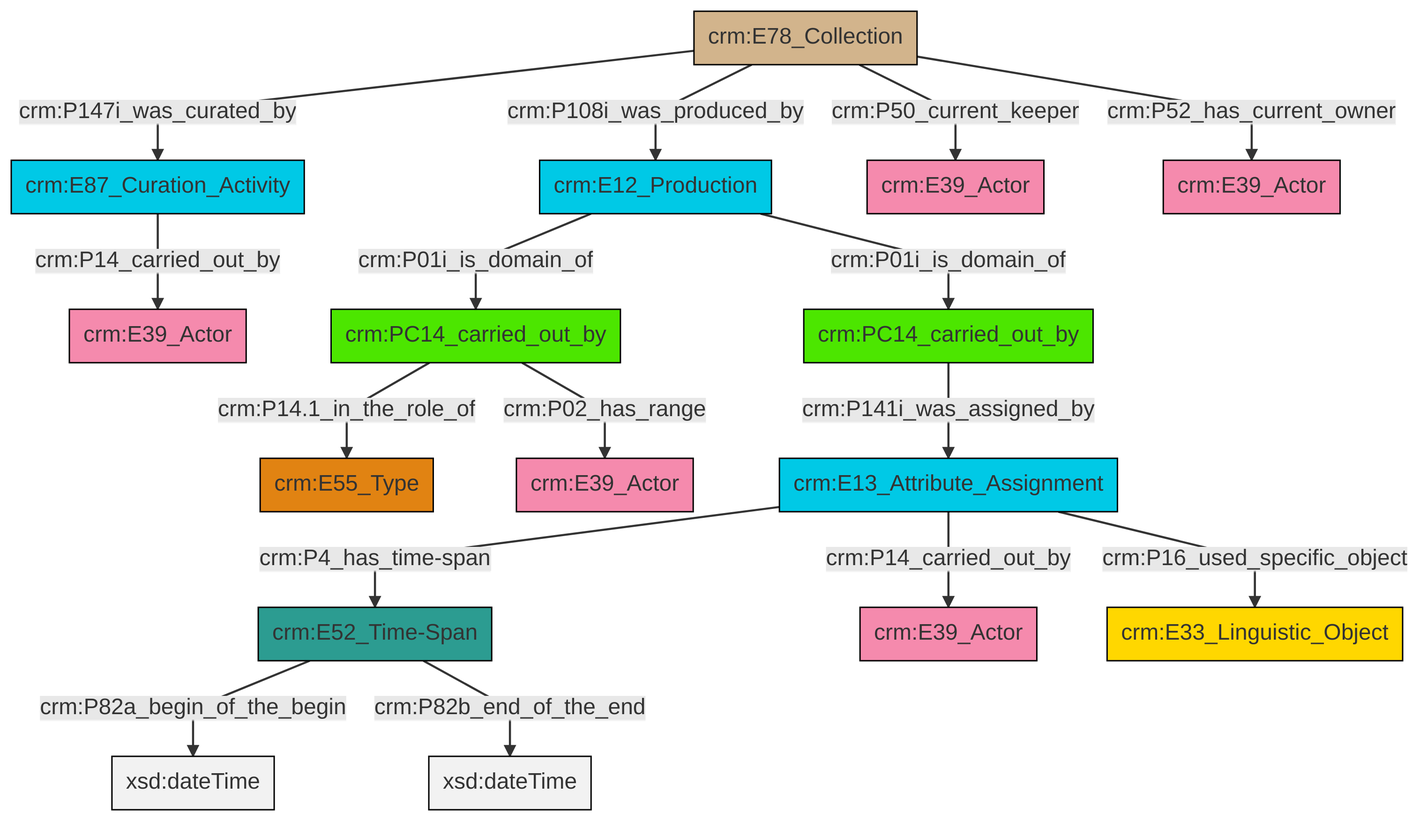
Earlier version of the Mermaid export et/archivalCSV/ttl/mmd/png/archival_relation.png (swiss-art-research-net/docs.swissartresearch). Its source is kept beside it as et/archivalCSV/ttl/mmd/archival_relation.ttl.mmd.
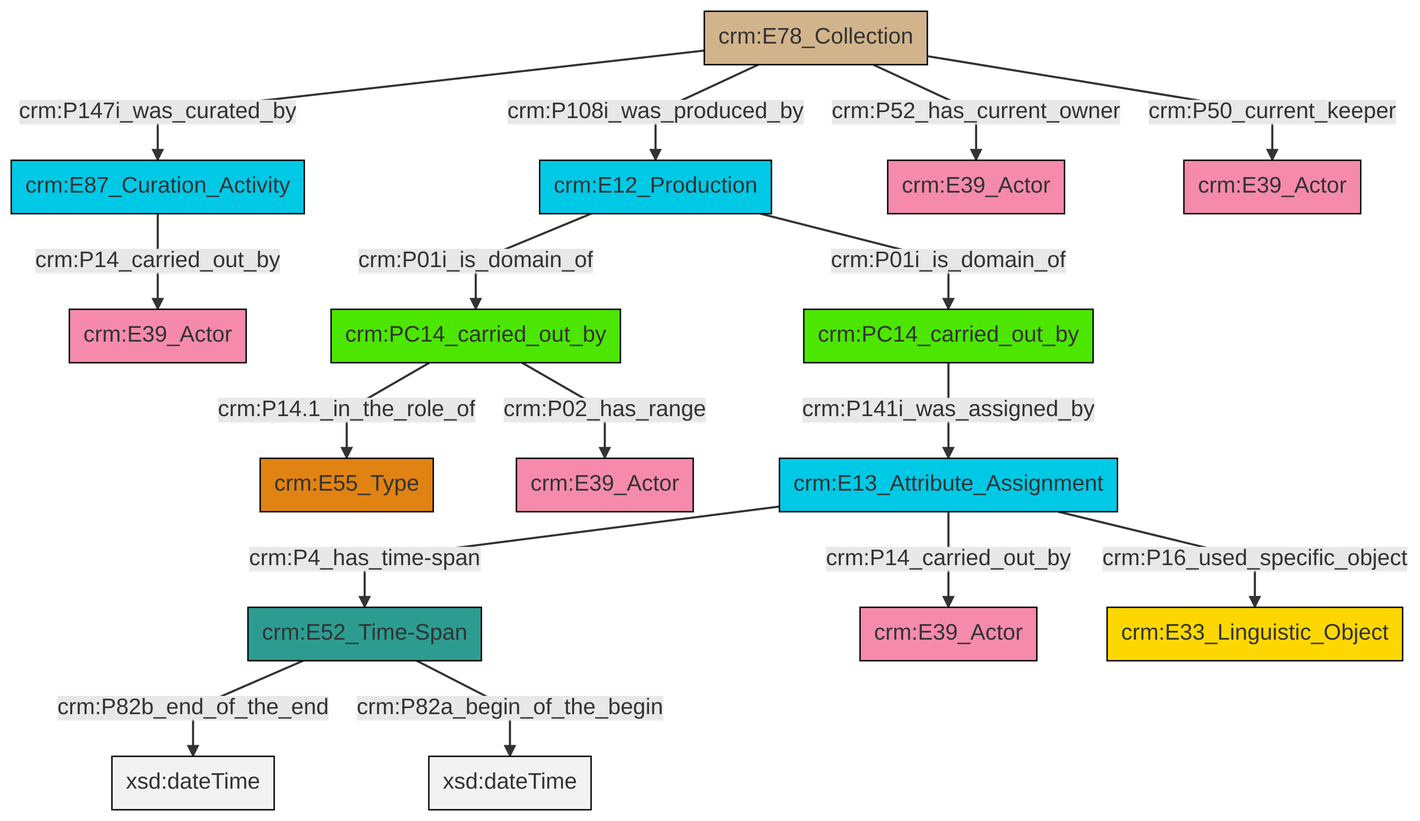
The same diagram one commit later.

The edit, as a diff of the source:
```diff
@@ -13,18 +13,18 @@
 classDef PC_Classes fill:#4ce600, stroke:#000000;
 classDef Multi fill:#cccccc,stroke:#000000;
 
-4["crm:E12_Production"]:::Temporal_Entity -->|crm:P01i_is_domain_of| 5["crm:PC14_carried_out_by"]:::PC_Classes
-0["crm:E78_Collection"]:::Physical_Thing -->|crm:P147i_was_curated_by| 2["crm:E87_Curation_Activity"]:::Temporal_Entity
-2["crm:E87_Curation_Activity"]:::Temporal_Entity -->|crm:P14_carried_out_by| 6["crm:E39_Actor"]:::Actor
-5["crm:PC14_carried_out_by"]:::PC_Classes -->|crm:P14.1_in_the_role_of| 7["crm:E55_Type"]:::Type
-0["crm:E78_Collection"]:::Physical_Thing -->|crm:P108i_was_produced_by| 4["crm:E12_Production"]:::Temporal_Entity
-4["crm:E12_Production"]:::Temporal_Entity -->|crm:P01i_is_domain_of| 11["crm:PC14_carried_out_by"]:::PC_Classes
-12["crm:E13_Attribute_Assignment"]:::Temporal_Entity -->|crm:P4_has_time-span| 13["crm:E52_Time-Span"]:::Time-Span
-5["crm:PC14_carried_out_by"]:::PC_Classes -->|crm:P02_has_range| 17["crm:E39_Actor"]:::Actor
-12["crm:E13_Attribute_Assignment"]:::Temporal_Entity -->|crm:P14_carried_out_by| 21["crm:E39_Actor"]:::Actor
-0["crm:E78_Collection"]:::Physical_Thing -->|crm:P50_current_keeper| 14["crm:E39_Actor"]:::Actor
-0["crm:E78_Collection"]:::Physical_Thing -->|crm:P52_has_current_owner| 19["crm:E39_Actor"]:::Actor
-13["crm:E52_Time-Span"]:::Time-Span -->|crm:P82a_begin_of_the_begin| 23[xsd:dateTime]:::Literal
-13["crm:E52_Time-Span"]:::Time-Span -->|crm:P82b_end_of_the_end| 28[xsd:dateTime]:::Literal
-11["crm:PC14_carried_out_by"]:::PC_Classes -->|crm:P141i_was_assigned_by| 12["crm:E13_Attribute_Assignment"]:::Temporal_Entity
-12["crm:E13_Attribute_Assignment"]:::Temporal_Entity -->|crm:P16_used_specific_object| 9["crm:E33_Linguistic_Object"]:::Conceptual_Object
+2["crm:E52_Time-Span"]:::Time-Span -->|crm:P82b_end_of_the_end| 3[xsd:dateTime]:::Literal
+8["crm:E12_Production"]:::Temporal_Entity -->|crm:P01i_is_domain_of| 9["crm:PC14_carried_out_by"]:::PC_Classes
+0["crm:E78_Collection"]:::Physical_Thing -->|crm:P147i_was_curated_by| 6["crm:E87_Curation_Activity"]:::Temporal_Entity
+2["crm:E52_Time-Span"]:::Time-Span -->|crm:P82a_begin_of_the_begin| 12[xsd:dateTime]:::Literal
+9["crm:PC14_carried_out_by"]:::PC_Classes -->|crm:P14.1_in_the_role_of| 13["crm:E55_Type"]:::Type
+14["crm:E13_Attribute_Assignment"]:::Temporal_Entity -->|crm:P4_has_time-span| 2["crm:E52_Time-Span"]:::Time-Span
+15["crm:PC14_carried_out_by"]:::PC_Classes -->|crm:P141i_was_assigned_by| 14["crm:E13_Attribute_Assignment"]:::Temporal_Entity
+0["crm:E78_Collection"]:::Physical_Thing -->|crm:P108i_was_produced_by| 8["crm:E12_Production"]:::Temporal_Entity
+6["crm:E87_Curation_Activity"]:::Temporal_Entity -->|crm:P14_carried_out_by| 10["crm:E39_Actor"]:::Actor
+0["crm:E78_Collection"]:::Physical_Thing -->|crm:P52_has_current_owner| 20["crm:E39_Actor"]:::Actor
+14["crm:E13_Attribute_Assignment"]:::Temporal_Entity -->|crm:P14_carried_out_by| 22["crm:E39_Actor"]:::Actor
+14["crm:E13_Attribute_Assignment"]:::Temporal_Entity -->|crm:P16_used_specific_object| 24["crm:E33_Linguistic_Object"]:::Conceptual_Object
+9["crm:PC14_carried_out_by"]:::PC_Classes -->|crm:P02_has_range| 4["crm:E39_Actor"]:::Actor
+8["crm:E12_Production"]:::Temporal_Entity -->|crm:P01i_is_domain_of| 15["crm:PC14_carried_out_by"]:::PC_Classes
+0["crm:E78_Collection"]:::Physical_Thing -->|crm:P50_current_keeper| 28["crm:E39_Actor"]:::Actor
```
